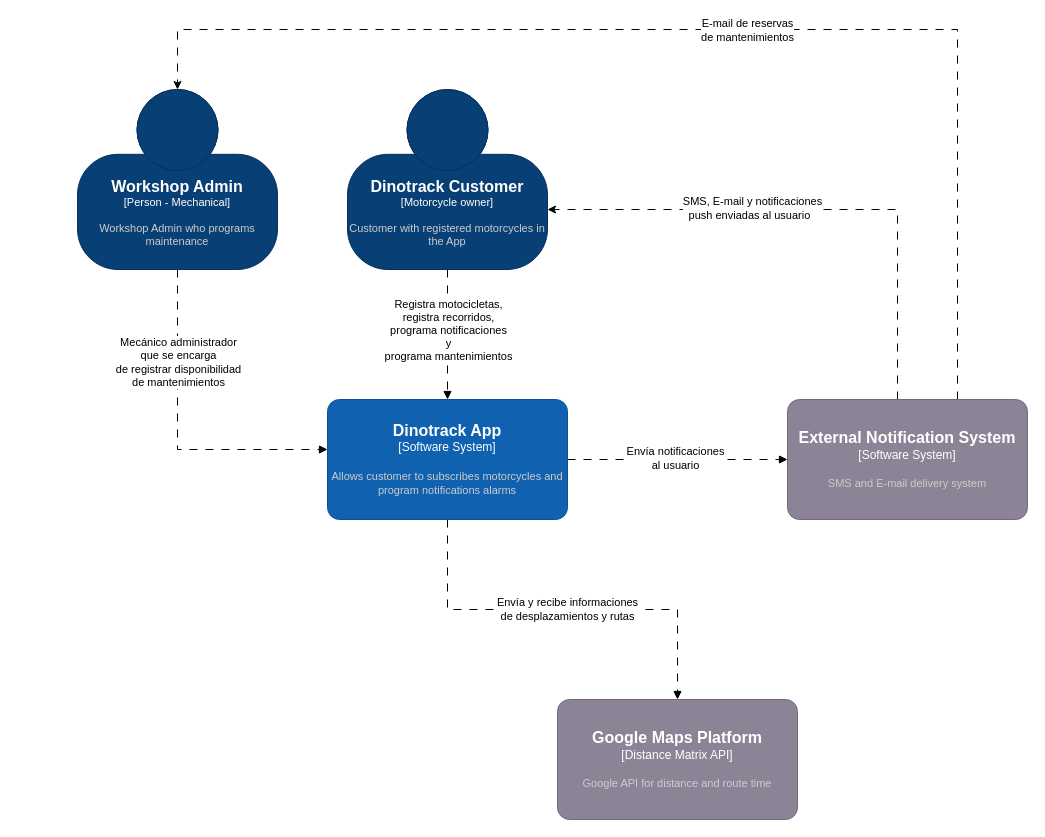
This is page "Context Diagram" (1 of 4) of Diagrama_C4_DinoTrack.drawio from david-med/archivos, a draw.io file, before an edit. Source tidied: cells renumbered, new cells numbered last; positions are measured from the earlier drawing's top-left corner, leaving out a move shared by most shapes. Both pictures are drawn from the tidied source at 100%, with x=0, y=0 at pixel (77, 29).
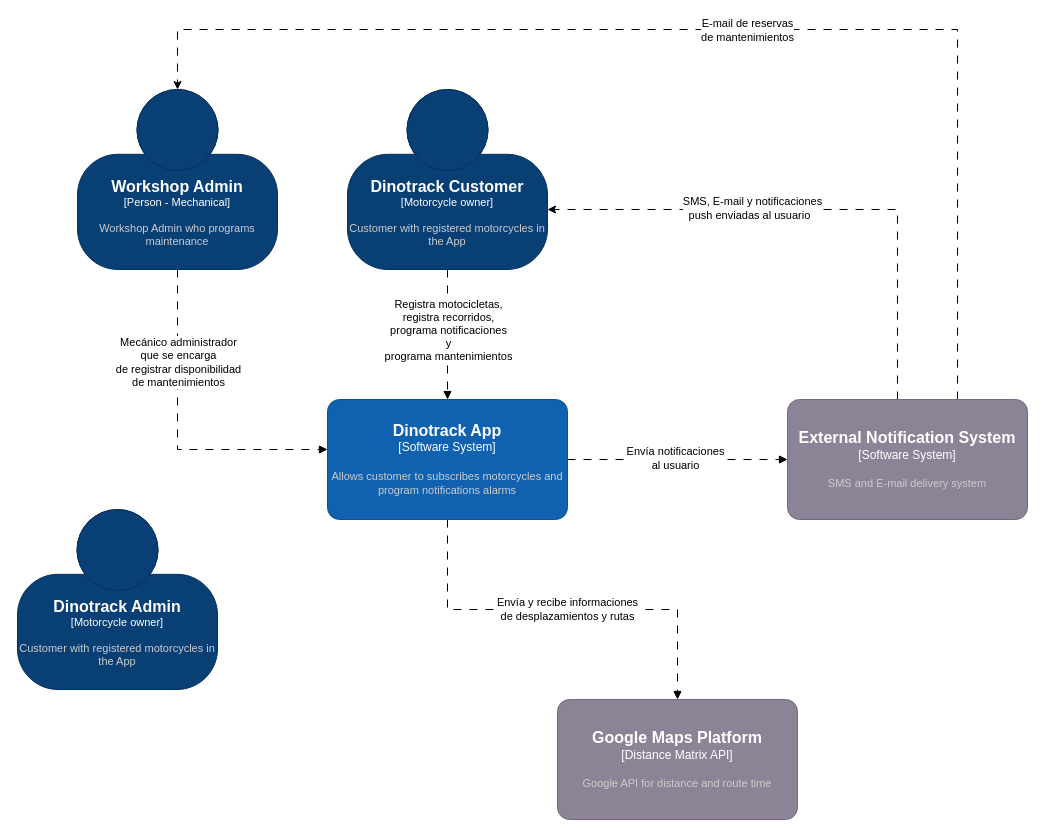
Above is the later version.

The edit, as a diff of the source:
```diff
@@
+    <object id="19" label="&lt;font style=&quot;font-size: 16px&quot;&gt;&lt;b&gt;%c4Name%&lt;/b&gt;&lt;/font&gt;&lt;div&gt;[%c4Type%]&lt;/div&gt;&lt;br&gt;&lt;div&gt;&lt;font style=&quot;font-size: 11px&quot;&gt;&lt;font color=&quot;#cccccc&quot;&gt;%c4Description%&lt;/font&gt;&lt;/div&gt;" c4Description="Customer with registered motorcycles in the App  " c4Name="Dinotrack Admin" c4Type="Motorcycle owner" placeholders="1">
+      <mxCell style="html=1;fontSize=11;dashed=0;whiteSpace=wrap;fillColor=#083F75;strokeColor=#06315C;fontColor=#ffffff;shape=mxgraph.c4.person2;align=center;" parent="1" vertex="1">
+        <mxGeometry x="-60" y="480" width="200" height="180" as="geometry" />
+      </mxCell>
+    </object>
```
